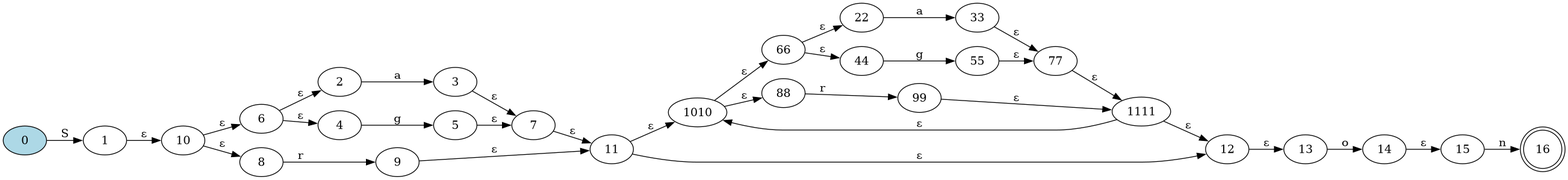
The Graphviz diagram NDFA.png in Daniel-Sima/Clone-of-the-egrep-UNIX-command, before a commit. Its source is kept beside it as NDFA.dot. Its diagram source:
```dot
digraph {
	rankdir=LR;

	16 [shape=doublecircle]
	0 [style=filled, fillcolor="lightblue"]

	0->1 [label= "S"];
	2->3 [label= "a"];
	4->5 [label= "g"];
	6->2 [label= "ε"];
	6->4 [label= "ε"];
	3->7 [label= "ε"];
	5->7 [label= "ε"];
	8->9 [label= "r"];
	10->6 [label= "ε"];
	10->8 [label= "ε"];
	7->11 [label= "ε"];
	9->11 [label= "ε"];
	1010->66 [label= "ε"];
	1010->88 [label= "ε"];
	66->22 [label= "ε"];
	66->44 [label= "ε"];
	88->99 [label= "r"];
	22->33 [label= "a"];
	44->55 [label= "g"];
	99->1111 [label= "ε"];
	33->77 [label= "ε"];
	55->77 [label= "ε"];
	77->1111 [label= "ε"];
	11->1010 [label= "ε"];
	1111->1010 [label= "ε"];
	11->12 [label= "ε"];
	1111->12 [label= "ε"];
	1->10 [label= "ε"];
	13->14 [label= "o"];
	12->13 [label= "ε"];
	15->16 [label= "n"];
	14->15 [label= "ε"];
}
```
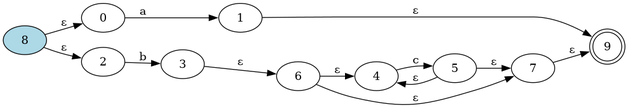
Later version of the same file.

The edit, as a diff of the source:
```diff
@@ -1,39 +1,19 @@
 digraph {
 	rankdir=LR;
 
-	16 [shape=doublecircle]
-	0 [style=filled, fillcolor="lightblue"]
+	9 [shape=doublecircle]
+	8 [style=filled, fillcolor="lightblue"]
 
-	0->1 [label= "S"];
-	2->3 [label= "a"];
-	4->5 [label= "g"];
-	6->2 [label= "ε"];
+	0->1 [label= "a"];
+	2->3 [label= "b"];
+	4->5 [label= "c"];
+	5->4 [label= "ε"];
 	6->4 [label= "ε"];
-	3->7 [label= "ε"];
 	5->7 [label= "ε"];
-	8->9 [label= "r"];
-	10->6 [label= "ε"];
-	10->8 [label= "ε"];
-	7->11 [label= "ε"];
-	9->11 [label= "ε"];
-	1010->66 [label= "ε"];
-	1010->88 [label= "ε"];
-	66->22 [label= "ε"];
-	66->44 [label= "ε"];
-	88->99 [label= "r"];
-	22->33 [label= "a"];
-	44->55 [label= "g"];
-	99->1111 [label= "ε"];
-	33->77 [label= "ε"];
-	55->77 [label= "ε"];
-	77->1111 [label= "ε"];
-	11->1010 [label= "ε"];
-	1111->1010 [label= "ε"];
-	11->12 [label= "ε"];
-	1111->12 [label= "ε"];
-	1->10 [label= "ε"];
-	13->14 [label= "o"];
-	12->13 [label= "ε"];
-	15->16 [label= "n"];
-	14->15 [label= "ε"];
+	6->7 [label= "ε"];
+	3->6 [label= "ε"];
+	8->0 [label= "ε"];
+	8->2 [label= "ε"];
+	1->9 [label= "ε"];
+	7->9 [label= "ε"];
 }
```
